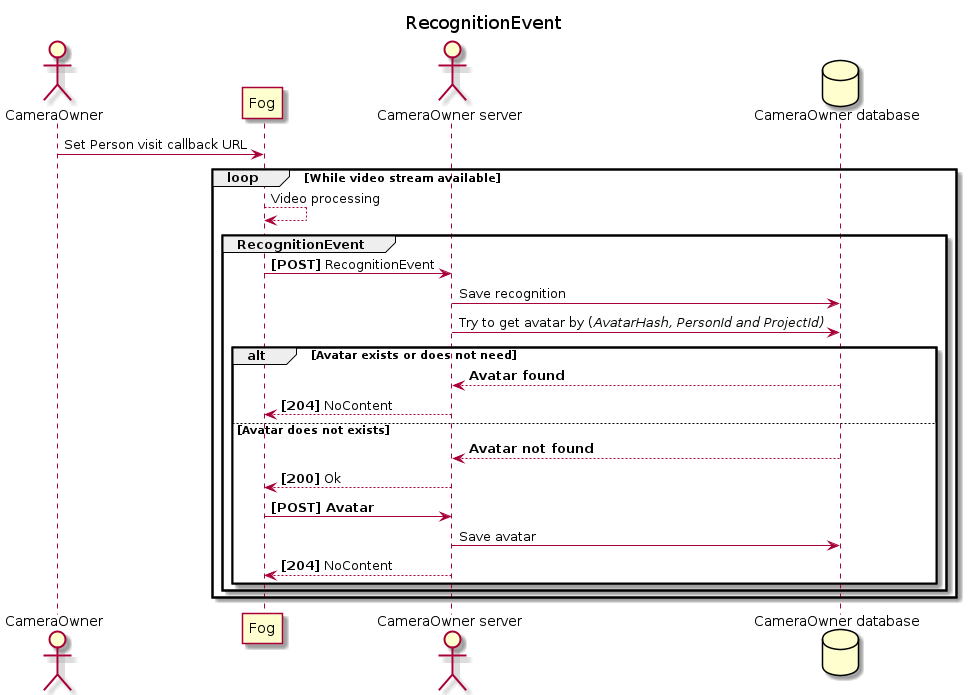
Before: images/RecognitionEvent.png, a diagram exported from PlantUML (faceterteam/FaceterFOGClient). Its diagram source:
```plantuml
@startuml
title RecognitionEvent
actor CameraOwner
CameraOwner -> Fog : Set Person visit callback URL
loop While video stream available
    Fog --> Fog : Video processing
    actor "CameraOwner server"
    database "CameraOwner database"
    group RecognitionEvent
        Fog -> "CameraOwner server" : <b>[POST]</b> RecognitionEvent
        "CameraOwner server" -> "CameraOwner database" : Save recognition
        "CameraOwner server" -> "CameraOwner database" : Try to get avatar by (<i>AvatarHash, PersonId and ProjectId<i>)
        alt Avatar exists or does not need
            "CameraOwner database" --> "CameraOwner server" : <b>Avatar found</b>
            "CameraOwner server" --> Fog : <b>[204]</b> NoContent
        else Avatar does not exists
            "CameraOwner database" --> "CameraOwner server" : <b>Avatar not found</b>
            "CameraOwner server" --> Fog : <b>[200]</b> Ok
            Fog -> "CameraOwner server" : <b>[POST] Avatar
            "CameraOwner server" -> "CameraOwner database" : Save avatar
            "CameraOwner server" --> Fog : <b>[204]</b> NoContent
        end
    end
end
@enduml
```
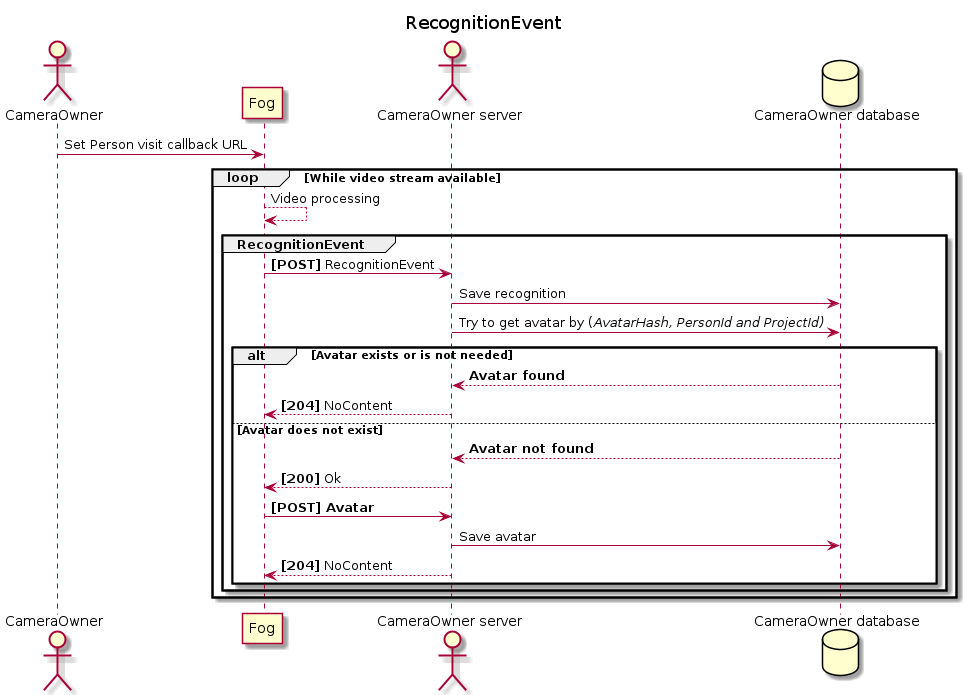
The same file after the commit.

What changed in the source:
```diff
@@ -10,10 +10,10 @@
         Fog -> "CameraOwner server" : <b>[POST]</b> RecognitionEvent
         "CameraOwner server" -> "CameraOwner database" : Save recognition
         "CameraOwner server" -> "CameraOwner database" : Try to get avatar by (<i>AvatarHash, PersonId and ProjectId<i>)
-        alt Avatar exists or does not need
+        alt Avatar exists or is not needed
             "CameraOwner database" --> "CameraOwner server" : <b>Avatar found</b>
             "CameraOwner server" --> Fog : <b>[204]</b> NoContent
-        else Avatar does not exists
+        else Avatar does not exist
             "CameraOwner database" --> "CameraOwner server" : <b>Avatar not found</b>
             "CameraOwner server" --> Fog : <b>[200]</b> Ok
             Fog -> "CameraOwner server" : <b>[POST] Avatar
```
